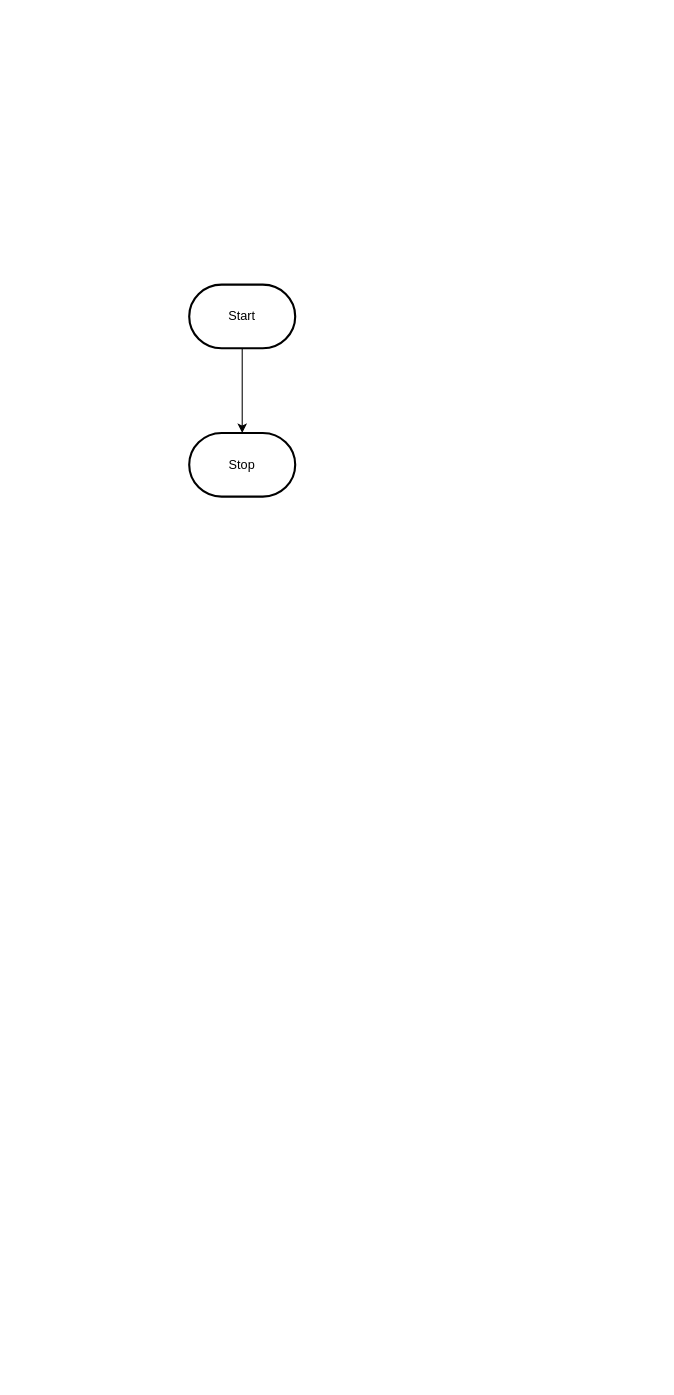
This is design/flowchart.drawio from MTHS-ICD2O-1-2024/ICD2O-Assignment-04-Domenic-dangelo, a draw.io file, before an edit. Source tidied: cells renumbered, new cells numbered last; positions are measured from the earlier drawing's top-left corner, leaving out a move shared by most shapes. Both pictures are drawn from the tidied source at 106%, with x=0, y=0 at pixel (189, 284).
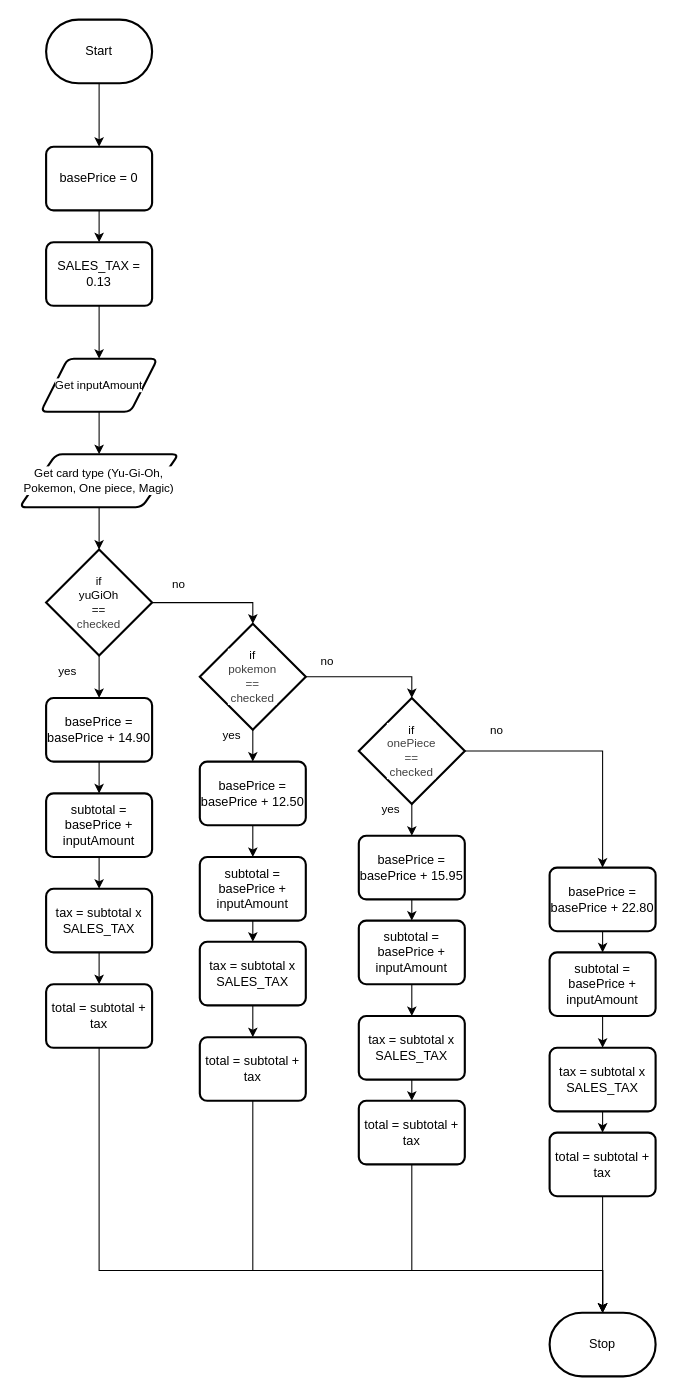
After the change.

Commit message (it also covers changes not shown here):
storyboard and flowchart

Diff of the diagram source:
```diff
@@
-    <mxCell id="2" style="edgeStyle=orthogonalEdgeStyle;html=1;rounded=0;" parent="1" edge="1" source="3" target="4">
-      <mxGeometry relative="1" as="geometry" />
-    </mxCell>
+    <mxCell id="5" style="edgeStyle=orthogonalEdgeStyle;html=1;exitX=0.5;exitY=1;exitDx=0;exitDy=0;exitPerimeter=0;entryX=0.5;entryY=0;entryDx=0;entryDy=0;rounded=0;curved=0;" parent="1" edge="1" source="3" target="2">
+      <mxGeometry relative="1" as="geometry" />
+    </mxCell>
     <mxCell id="3" value="Start" style="strokeWidth=2;html=1;shape=mxgraph.flowchart.terminator;whiteSpace=wrap;" parent="1" vertex="1">
-      <mxGeometry width="100" height="60" as="geometry" />
+      <mxGeometry x="-135" y="-250" width="100" height="60" as="geometry" />
     </mxCell>
     <mxCell id="4" value="Stop" style="strokeWidth=2;html=1;shape=mxgraph.flowchart.terminator;whiteSpace=wrap;" parent="1" vertex="1">
-      <mxGeometry y="140" width="100" height="60" as="geometry" />
+      <mxGeometry x="340" y="970" width="100" height="60" as="geometry" />
     </mxCell>
+    <mxCell id="6" style="edgeStyle=orthogonalEdgeStyle;shape=connector;curved=0;rounded=0;html=1;exitX=0.5;exitY=1;exitDx=0;exitDy=0;entryX=0.5;entryY=0;entryDx=0;entryDy=0;strokeColor=default;align=center;verticalAlign=middle;fontFamily=Helvetica;fontSize=11;fontColor=default;labelBackgroundColor=default;endArrow=classic;" parent="1" edge="1" source="2" target="18">
+      <mxGeometry relative="1" as="geometry" />
+    </mxCell>
+    <mxCell id="2" value="basePrice = 0" style="rounded=1;whiteSpace=wrap;html=1;absoluteArcSize=1;arcSize=14;strokeWidth=2;" parent="1" vertex="1">
+      <mxGeometry x="-135" y="-130" width="100" height="60" as="geometry" />
+    </mxCell>
+    <mxCell id="7" value="Get card type (Yu-Gi-Oh, Pokemon, One piece, Magic)" style="shape=parallelogram;html=1;strokeWidth=2;perimeter=parallelogramPerimeter;whiteSpace=wrap;rounded=1;arcSize=12;size=0.23;fontFamily=Helvetica;fontSize=11;fontColor=default;labelBackgroundColor=default;" parent="1" vertex="1">
+      <mxGeometry x="-160" y="160" width="150" height="50" as="geometry" />
+    </mxCell>
+    <mxCell id="8" style="edgeStyle=orthogonalEdgeStyle;shape=connector;curved=0;rounded=0;html=1;exitX=0.5;exitY=1;exitDx=0;exitDy=0;exitPerimeter=0;entryX=0.5;entryY=0;entryDx=0;entryDy=0;strokeColor=default;align=center;verticalAlign=middle;fontFamily=Helvetica;fontSize=11;fontColor=default;labelBackgroundColor=default;endArrow=classic;" parent="1" edge="1" source="9" target="26">
+      <mxGeometry relative="1" as="geometry" />
+    </mxCell>
+    <mxCell id="9" value="if&lt;div&gt;&lt;span style=&quot;background-color: light-dark(#ffffff, var(--ge-dark-color, #121212));&quot;&gt;yuGiOh&lt;/span&gt;&lt;/div&gt;&lt;div&gt;&lt;span style=&quot;background-color: light-dark(#ffffff, var(--ge-dark-color, #121212));&quot;&gt;==&lt;/span&gt;&lt;/div&gt;&lt;div&gt;&lt;span style=&quot;color: rgb(63, 63, 63); background-color: light-dark(#ffffff, var(--ge-dark-color, #121212));&quot;&gt;checked&lt;/span&gt;&lt;/div&gt;" style="strokeWidth=2;html=1;shape=mxgraph.flowchart.decision;whiteSpace=wrap;fontFamily=Helvetica;fontSize=11;fontColor=default;labelBackgroundColor=default;" parent="1" vertex="1">
+      <mxGeometry x="-135" y="250" width="100" height="100" as="geometry" />
+    </mxCell>
+    <mxCell id="10" style="edgeStyle=orthogonalEdgeStyle;shape=connector;curved=0;rounded=0;html=1;exitX=0.5;exitY=1;exitDx=0;exitDy=0;entryX=0.5;entryY=0;entryDx=0;entryDy=0;entryPerimeter=0;strokeColor=default;align=center;verticalAlign=middle;fontFamily=Helvetica;fontSize=11;fontColor=default;labelBackgroundColor=default;endArrow=classic;" parent="1" edge="1" source="7" target="9">
+      <mxGeometry relative="1" as="geometry" />
+    </mxCell>
+    <mxCell id="11" value="&lt;span style=&quot;color: rgb(0, 0, 0);&quot;&gt;if&lt;/span&gt;&lt;div style=&quot;color: rgb(63, 63, 63); scrollbar-color: rgb(226, 226, 226) rgb(251, 251, 251);&quot;&gt;&lt;span style=&quot;background-color: light-dark(#ffffff, var(--ge-dark-color, #121212));&quot;&gt;onePiece&lt;/span&gt;&lt;/div&gt;&lt;div style=&quot;color: rgb(63, 63, 63); scrollbar-color: rgb(226, 226, 226) rgb(251, 251, 251);&quot;&gt;&lt;span style=&quot;background-color: light-dark(#ffffff, var(--ge-dark-color, #121212));&quot;&gt;==&lt;/span&gt;&lt;/div&gt;&lt;div style=&quot;color: rgb(63, 63, 63); scrollbar-color: rgb(226, 226, 226) rgb(251, 251, 251);&quot;&gt;&lt;span style=&quot;scrollbar-color: rgb(226, 226, 226) rgb(251, 251, 251); color: rgb(63, 63, 63);&quot;&gt;checked&lt;/span&gt;&lt;/div&gt;" style="strokeWidth=2;html=1;shape=mxgraph.flowchart.decision;whiteSpace=wrap;fontFamily=Helvetica;fontSize=11;fontColor=default;labelBackgroundColor=default;" parent="1" vertex="1">
+      <mxGeometry x="160" y="390" width="100" height="100" as="geometry" />
+    </mxCell>
+    <mxCell id="12" value="&lt;span style=&quot;color: rgb(0, 0, 0);&quot;&gt;if&lt;/span&gt;&lt;div style=&quot;color: rgb(63, 63, 63); scrollbar-color: rgb(226, 226, 226) rgb(251, 251, 251);&quot;&gt;&lt;span style=&quot;background-color: light-dark(#ffffff, var(--ge-dark-color, #121212));&quot;&gt;pokemon&lt;/span&gt;&lt;/div&gt;&lt;div style=&quot;color: rgb(63, 63, 63); scrollbar-color: rgb(226, 226, 226) rgb(251, 251, 251);&quot;&gt;&lt;span style=&quot;background-color: light-dark(#ffffff, var(--ge-dark-color, #121212));&quot;&gt;==&lt;/span&gt;&lt;/div&gt;&lt;div style=&quot;color: rgb(63, 63, 63); scrollbar-color: rgb(226, 226, 226) rgb(251, 251, 251);&quot;&gt;&lt;span style=&quot;scrollbar-color: rgb(226, 226, 226) rgb(251, 251, 251); color: rgb(63, 63, 63);&quot;&gt;checked&lt;/span&gt;&lt;/div&gt;" style="strokeWidth=2;html=1;shape=mxgraph.flowchart.decision;whiteSpace=wrap;fontFamily=Helvetica;fontSize=11;fontColor=default;labelBackgroundColor=default;" parent="1" vertex="1">
+      <mxGeometry x="10" y="320" width="100" height="100" as="geometry" />
+    </mxCell>
+    <mxCell id="13" style="edgeStyle=orthogonalEdgeStyle;shape=connector;curved=0;rounded=0;html=1;exitX=1;exitY=0.5;exitDx=0;exitDy=0;exitPerimeter=0;entryX=0.5;entryY=0;entryDx=0;entryDy=0;entryPerimeter=0;strokeColor=default;align=center;verticalAlign=middle;fontFamily=Helvetica;fontSize=11;fontColor=default;labelBackgroundColor=default;endArrow=classic;" parent="1" edge="1" source="9" target="12">
+      <mxGeometry relative="1" as="geometry" />
+    </mxCell>
+    <mxCell id="14" style="edgeStyle=orthogonalEdgeStyle;shape=connector;curved=0;rounded=0;html=1;exitX=1;exitY=0.5;exitDx=0;exitDy=0;exitPerimeter=0;entryX=0.5;entryY=0;entryDx=0;entryDy=0;entryPerimeter=0;strokeColor=default;align=center;verticalAlign=middle;fontFamily=Helvetica;fontSize=11;fontColor=default;labelBackgroundColor=default;endArrow=classic;" parent="1" edge="1" source="12" target="11">
+      <mxGeometry relative="1" as="geometry" />
+    </mxCell>
+    <mxCell id="15" style="edgeStyle=orthogonalEdgeStyle;shape=connector;curved=0;rounded=0;html=1;exitX=0.5;exitY=1;exitDx=0;exitDy=0;entryX=0.5;entryY=0;entryDx=0;entryDy=0;strokeColor=default;align=center;verticalAlign=middle;fontFamily=Helvetica;fontSize=11;fontColor=default;labelBackgroundColor=default;endArrow=classic;" parent="1" edge="1" source="16" target="7">
+      <mxGeometry relative="1" as="geometry" />
+    </mxCell>
+    <mxCell id="16" value="Get inputAmount" style="shape=parallelogram;html=1;strokeWidth=2;perimeter=parallelogramPerimeter;whiteSpace=wrap;rounded=1;arcSize=12;size=0.23;fontFamily=Helvetica;fontSize=11;fontColor=default;labelBackgroundColor=default;" parent="1" vertex="1">
+      <mxGeometry x="-140" y="70" width="110" height="50" as="geometry" />
+    </mxCell>
+    <mxCell id="17" style="edgeStyle=orthogonalEdgeStyle;shape=connector;curved=0;rounded=0;html=1;exitX=0.5;exitY=1;exitDx=0;exitDy=0;entryX=0.5;entryY=0;entryDx=0;entryDy=0;strokeColor=default;align=center;verticalAlign=middle;fontFamily=Helvetica;fontSize=11;fontColor=default;labelBackgroundColor=default;endArrow=classic;" parent="1" edge="1" source="18" target="16">
+      <mxGeometry relative="1" as="geometry" />
+    </mxCell>
+    <mxCell id="18" value="SALES_TAX = 0.13" style="rounded=1;whiteSpace=wrap;html=1;absoluteArcSize=1;arcSize=14;strokeWidth=2;" parent="1" vertex="1">
+      <mxGeometry x="-135" y="-40" width="100" height="60" as="geometry" />
+    </mxCell>
+    <mxCell id="19" value="no" style="text;html=1;align=center;verticalAlign=middle;strokeColor=none;fillColor=none;fontFamily=Helvetica;fontSize=11;fontColor=default;labelBackgroundColor=default;" parent="1" vertex="1">
+      <mxGeometry x="-30" y="268" width="40" height="30" as="geometry" />
+    </mxCell>
+    <mxCell id="20" value="no" style="text;html=1;align=center;verticalAlign=middle;strokeColor=none;fillColor=none;fontFamily=Helvetica;fontSize=11;fontColor=default;labelBackgroundColor=default;" parent="1" vertex="1">
+      <mxGeometry x="110" y="340" width="40" height="30" as="geometry" />
+    </mxCell>
+    <mxCell id="21" value="no" style="text;html=1;align=center;verticalAlign=middle;strokeColor=none;fillColor=none;fontFamily=Helvetica;fontSize=11;fontColor=default;labelBackgroundColor=default;" parent="1" vertex="1">
+      <mxGeometry x="270" y="405" width="40" height="30" as="geometry" />
+    </mxCell>
+    <mxCell id="22" value="yes" style="text;html=1;align=center;verticalAlign=middle;strokeColor=none;fillColor=none;fontFamily=Helvetica;fontSize=11;fontColor=default;labelBackgroundColor=default;" parent="1" vertex="1">
+      <mxGeometry x="-135" y="350" width="40" height="30" as="geometry" />
+    </mxCell>
+    <mxCell id="23" style="edgeStyle=orthogonalEdgeStyle;shape=connector;curved=0;rounded=0;html=1;exitX=0.5;exitY=1;exitDx=0;exitDy=0;entryX=0.5;entryY=0;entryDx=0;entryDy=0;strokeColor=default;align=center;verticalAlign=middle;fontFamily=Helvetica;fontSize=11;fontColor=default;labelBackgroundColor=default;endArrow=classic;" parent="1" edge="1" source="24" target="28">
+      <mxGeometry relative="1" as="geometry" />
+    </mxCell>
+    <mxCell id="24" value="subtotal = basePrice + inputAmount" style="rounded=1;whiteSpace=wrap;html=1;absoluteArcSize=1;arcSize=14;strokeWidth=2;" parent="1" vertex="1">
+      <mxGeometry x="-135" y="480" width="100" height="60" as="geometry" />
+    </mxCell>
+    <mxCell id="25" style="edgeStyle=orthogonalEdgeStyle;shape=connector;curved=0;rounded=0;html=1;exitX=0.5;exitY=1;exitDx=0;exitDy=0;entryX=0.5;entryY=0;entryDx=0;entryDy=0;strokeColor=default;align=center;verticalAlign=middle;fontFamily=Helvetica;fontSize=11;fontColor=default;labelBackgroundColor=default;endArrow=classic;" parent="1" edge="1" source="26" target="24">
+      <mxGeometry relative="1" as="geometry" />
+    </mxCell>
+    <mxCell id="26" value="basePrice = basePrice +&amp;nbsp;14.90" style="rounded=1;whiteSpace=wrap;html=1;absoluteArcSize=1;arcSize=14;strokeWidth=2;" parent="1" vertex="1">
+      <mxGeometry x="-135" y="390" width="100" height="60" as="geometry" />
+    </mxCell>
+    <mxCell id="27" style="edgeStyle=orthogonalEdgeStyle;shape=connector;curved=0;rounded=0;html=1;exitX=0.5;exitY=1;exitDx=0;exitDy=0;entryX=0.5;entryY=0;entryDx=0;entryDy=0;strokeColor=default;align=center;verticalAlign=middle;fontFamily=Helvetica;fontSize=11;fontColor=default;labelBackgroundColor=default;endArrow=classic;" parent="1" edge="1" source="28" target="30">
+      <mxGeometry relative="1" as="geometry" />
+    </mxCell>
+    <mxCell id="28" value="tax = subtotal x SALES_TAX" style="rounded=1;whiteSpace=wrap;html=1;absoluteArcSize=1;arcSize=14;strokeWidth=2;" parent="1" vertex="1">
+      <mxGeometry x="-135" y="570" width="100" height="60" as="geometry" />
+    </mxCell>
+    <mxCell id="29" style="edgeStyle=orthogonalEdgeStyle;shape=connector;curved=0;rounded=0;html=1;exitX=0.5;exitY=1;exitDx=0;exitDy=0;strokeColor=default;align=center;verticalAlign=middle;fontFamily=Helvetica;fontSize=11;fontColor=default;labelBackgroundColor=default;endArrow=classic;" parent="1" edge="1" source="30" target="4">
+      <mxGeometry relative="1" as="geometry">
+        <Array as="points">
+          <mxPoint x="-85" y="930" />
+          <mxPoint x="390" y="930" />
+        </Array>
+      </mxGeometry>
+    </mxCell>
+    <mxCell id="30" value="total = subtotal + tax" style="rounded=1;whiteSpace=wrap;html=1;absoluteArcSize=1;arcSize=14;strokeWidth=2;" parent="1" vertex="1">
+      <mxGeometry x="-135" y="660" width="100" height="60" as="geometry" />
+    </mxCell>
+    <mxCell id="31" style="edgeStyle=orthogonalEdgeStyle;shape=connector;curved=0;rounded=0;html=1;exitX=0.5;exitY=1;exitDx=0;exitDy=0;exitPerimeter=0;entryX=0.5;entryY=0;entryDx=0;entryDy=0;strokeColor=default;align=center;verticalAlign=middle;fontFamily=Helvetica;fontSize=11;fontColor=default;labelBackgroundColor=default;endArrow=classic;" parent="1" edge="1" source="12" target="36">
+      <mxGeometry relative="1" as="geometry" />
+    </mxCell>
+    <mxCell id="32" value="yes" style="text;html=1;align=center;verticalAlign=middle;strokeColor=none;fillColor=none;fontFamily=Helvetica;fontSize=11;fontColor=default;labelBackgroundColor=default;" parent="1" vertex="1">
+      <mxGeometry x="20" y="410" width="40" height="30" as="geometry" />
+    </mxCell>
+    <mxCell id="33" style="edgeStyle=orthogonalEdgeStyle;shape=connector;curved=0;rounded=0;html=1;exitX=0.5;exitY=1;exitDx=0;exitDy=0;entryX=0.5;entryY=0;entryDx=0;entryDy=0;strokeColor=default;align=center;verticalAlign=middle;fontFamily=Helvetica;fontSize=11;fontColor=default;labelBackgroundColor=default;endArrow=classic;" parent="1" edge="1" source="34" target="38">
+      <mxGeometry relative="1" as="geometry" />
+    </mxCell>
+    <mxCell id="34" value="subtotal = basePrice + inputAmount" style="rounded=1;whiteSpace=wrap;html=1;absoluteArcSize=1;arcSize=14;strokeWidth=2;" parent="1" vertex="1">
+      <mxGeometry x="10" y="540" width="100" height="60" as="geometry" />
+    </mxCell>
+    <mxCell id="35" style="edgeStyle=orthogonalEdgeStyle;shape=connector;curved=0;rounded=0;html=1;exitX=0.5;exitY=1;exitDx=0;exitDy=0;entryX=0.5;entryY=0;entryDx=0;entryDy=0;strokeColor=default;align=center;verticalAlign=middle;fontFamily=Helvetica;fontSize=11;fontColor=default;labelBackgroundColor=default;endArrow=classic;" parent="1" edge="1" source="36" target="34">
+      <mxGeometry relative="1" as="geometry" />
+    </mxCell>
+    <mxCell id="36" value="basePrice = basePrice +&amp;nbsp;12.50" style="rounded=1;whiteSpace=wrap;html=1;absoluteArcSize=1;arcSize=14;strokeWidth=2;" parent="1" vertex="1">
+      <mxGeometry x="10" y="450" width="100" height="60" as="geometry" />
+    </mxCell>
+    <mxCell id="37" style="edgeStyle=orthogonalEdgeStyle;shape=connector;curved=0;rounded=0;html=1;exitX=0.5;exitY=1;exitDx=0;exitDy=0;entryX=0.5;entryY=0;entryDx=0;entryDy=0;strokeColor=default;align=center;verticalAlign=middle;fontFamily=Helvetica;fontSize=11;fontColor=default;labelBackgroundColor=default;endArrow=classic;" parent="1" edge="1" source="38" target="39">
+      <mxGeometry relative="1" as="geometry" />
+    </mxCell>
+    <mxCell id="38" value="tax = subtotal x SALES_TAX" style="rounded=1;whiteSpace=wrap;html=1;absoluteArcSize=1;arcSize=14;strokeWidth=2;" parent="1" vertex="1">
+      <mxGeometry x="10" y="620" width="100" height="60" as="geometry" />
+    </mxCell>
+    <mxCell id="39" value="total = subtotal + tax" style="rounded=1;whiteSpace=wrap;html=1;absoluteArcSize=1;arcSize=14;strokeWidth=2;" parent="1" vertex="1">
+      <mxGeometry x="10" y="710" width="100" height="60" as="geometry" />
+    </mxCell>
+    <mxCell id="40" style="edgeStyle=orthogonalEdgeStyle;shape=connector;curved=0;rounded=0;html=1;exitX=0.5;exitY=1;exitDx=0;exitDy=0;exitPerimeter=0;entryX=0.5;entryY=0;entryDx=0;entryDy=0;strokeColor=default;align=center;verticalAlign=middle;fontFamily=Helvetica;fontSize=11;fontColor=default;labelBackgroundColor=default;endArrow=classic;" parent="1" edge="1" source="11" target="45">
+      <mxGeometry relative="1" as="geometry" />
+    </mxCell>
+    <mxCell id="41" value="yes" style="text;html=1;align=center;verticalAlign=middle;strokeColor=none;fillColor=none;fontFamily=Helvetica;fontSize=11;fontColor=default;labelBackgroundColor=default;" parent="1" vertex="1">
+      <mxGeometry x="170" y="480" width="40" height="30" as="geometry" />
+    </mxCell>
+    <mxCell id="42" style="edgeStyle=orthogonalEdgeStyle;shape=connector;curved=0;rounded=0;html=1;exitX=0.5;exitY=1;exitDx=0;exitDy=0;entryX=0.5;entryY=0;entryDx=0;entryDy=0;strokeColor=default;align=center;verticalAlign=middle;fontFamily=Helvetica;fontSize=11;fontColor=default;labelBackgroundColor=default;endArrow=classic;" parent="1" edge="1" source="43" target="47">
+      <mxGeometry relative="1" as="geometry" />
+    </mxCell>
+    <mxCell id="43" value="subtotal = basePrice + inputAmount" style="rounded=1;whiteSpace=wrap;html=1;absoluteArcSize=1;arcSize=14;strokeWidth=2;" parent="1" vertex="1">
+      <mxGeometry x="160" y="600" width="100" height="60" as="geometry" />
+    </mxCell>
+    <mxCell id="44" style="edgeStyle=orthogonalEdgeStyle;shape=connector;curved=0;rounded=0;html=1;exitX=0.5;exitY=1;exitDx=0;exitDy=0;entryX=0.5;entryY=0;entryDx=0;entryDy=0;strokeColor=default;align=center;verticalAlign=middle;fontFamily=Helvetica;fontSize=11;fontColor=default;labelBackgroundColor=default;endArrow=classic;" parent="1" edge="1" source="45" target="43">
+      <mxGeometry relative="1" as="geometry" />
+    </mxCell>
+    <mxCell id="45" value="basePrice = basePrice +&amp;nbsp;15.95" style="rounded=1;whiteSpace=wrap;html=1;absoluteArcSize=1;arcSize=14;strokeWidth=2;" parent="1" vertex="1">
+      <mxGeometry x="160" y="520" width="100" height="60" as="geometry" />
+    </mxCell>
+    <mxCell id="46" style="edgeStyle=orthogonalEdgeStyle;shape=connector;curved=0;rounded=0;html=1;exitX=0.5;exitY=1;exitDx=0;exitDy=0;entryX=0.5;entryY=0;entryDx=0;entryDy=0;strokeColor=default;align=center;verticalAlign=middle;fontFamily=Helvetica;fontSize=11;fontColor=default;labelBackgroundColor=default;endArrow=classic;" parent="1" edge="1" source="47" target="48">
+      <mxGeometry relative="1" as="geometry" />
+    </mxCell>
+    <mxCell id="47" value="tax = subtotal x SALES_TAX" style="rounded=1;whiteSpace=wrap;html=1;absoluteArcSize=1;arcSize=14;strokeWidth=2;" parent="1" vertex="1">
+      <mxGeometry x="160" y="690" width="100" height="60" as="geometry" />
+    </mxCell>
+    <mxCell id="48" value="total = subtotal + tax" style="rounded=1;whiteSpace=wrap;html=1;absoluteArcSize=1;arcSize=14;strokeWidth=2;" parent="1" vertex="1">
+      <mxGeometry x="160" y="770" width="100" height="60" as="geometry" />
+    </mxCell>
+    <mxCell id="49" style="edgeStyle=orthogonalEdgeStyle;shape=connector;curved=0;rounded=0;html=1;entryX=0.5;entryY=0;entryDx=0;entryDy=0;strokeColor=default;align=center;verticalAlign=middle;fontFamily=Helvetica;fontSize=11;fontColor=default;labelBackgroundColor=default;endArrow=classic;exitX=1;exitY=0.5;exitDx=0;exitDy=0;exitPerimeter=0;" parent="1" edge="1" source="11" target="53">
+      <mxGeometry relative="1" as="geometry" />
+    </mxCell>
+    <mxCell id="50" style="edgeStyle=orthogonalEdgeStyle;shape=connector;curved=0;rounded=0;html=1;exitX=0.5;exitY=1;exitDx=0;exitDy=0;entryX=0.5;entryY=0;entryDx=0;entryDy=0;strokeColor=default;align=center;verticalAlign=middle;fontFamily=Helvetica;fontSize=11;fontColor=default;labelBackgroundColor=default;endArrow=classic;" parent="1" edge="1" source="51" target="55">
+      <mxGeometry relative="1" as="geometry" />
+    </mxCell>
+    <mxCell id="51" value="subtotal = basePrice + inputAmount" style="rounded=1;whiteSpace=wrap;html=1;absoluteArcSize=1;arcSize=14;strokeWidth=2;" parent="1" vertex="1">
+      <mxGeometry x="340" y="630" width="100" height="60" as="geometry" />
+    </mxCell>
+    <mxCell id="52" style="edgeStyle=orthogonalEdgeStyle;shape=connector;curved=0;rounded=0;html=1;exitX=0.5;exitY=1;exitDx=0;exitDy=0;entryX=0.5;entryY=0;entryDx=0;entryDy=0;strokeColor=default;align=center;verticalAlign=middle;fontFamily=Helvetica;fontSize=11;fontColor=default;labelBackgroundColor=default;endArrow=classic;" parent="1" edge="1" source="53" target="51">
+      <mxGeometry relative="1" as="geometry" />
+    </mxCell>
+    <mxCell id="53" value="basePrice = basePrice +&amp;nbsp;22.80" style="rounded=1;whiteSpace=wrap;html=1;absoluteArcSize=1;arcSize=14;strokeWidth=2;" parent="1" vertex="1">
+      <mxGeometry x="340" y="550" width="100" height="60" as="geometry" />
+    </mxCell>
+    <mxCell id="54" style="edgeStyle=orthogonalEdgeStyle;shape=connector;curved=0;rounded=0;html=1;exitX=0.5;exitY=1;exitDx=0;exitDy=0;entryX=0.5;entryY=0;entryDx=0;entryDy=0;strokeColor=default;align=center;verticalAlign=middle;fontFamily=Helvetica;fontSize=11;fontColor=default;labelBackgroundColor=default;endArrow=classic;" parent="1" edge="1" source="55" target="56">
+      <mxGeometry relative="1" as="geometry" />
+    </mxCell>
+    <mxCell id="55" value="tax = subtotal x SALES_TAX" style="rounded=1;whiteSpace=wrap;html=1;absoluteArcSize=1;arcSize=14;strokeWidth=2;" parent="1" vertex="1">
+      <mxGeometry x="340" y="720" width="100" height="60" as="geometry" />
+    </mxCell>
+    <mxCell id="56" value="total = subtotal + tax" style="rounded=1;whiteSpace=wrap;html=1;absoluteArcSize=1;arcSize=14;strokeWidth=2;" parent="1" vertex="1">
+      <mxGeometry x="340" y="800" width="100" height="60" as="geometry" />
+    </mxCell>
+    <mxCell id="57" style="edgeStyle=orthogonalEdgeStyle;shape=connector;curved=0;rounded=0;html=1;exitX=0.5;exitY=1;exitDx=0;exitDy=0;entryX=0.5;entryY=0;entryDx=0;entryDy=0;entryPerimeter=0;strokeColor=default;align=center;verticalAlign=middle;fontFamily=Helvetica;fontSize=11;fontColor=default;labelBackgroundColor=default;endArrow=classic;" parent="1" edge="1" source="39" target="4">
+      <mxGeometry relative="1" as="geometry">
+        <Array as="points">
+          <mxPoint x="60" y="930" />
+          <mxPoint x="390" y="930" />
+        </Array>
+      </mxGeometry>
+    </mxCell>
+    <mxCell id="58" style="edgeStyle=orthogonalEdgeStyle;shape=connector;curved=0;rounded=0;html=1;exitX=0.5;exitY=1;exitDx=0;exitDy=0;entryX=0.5;entryY=0;entryDx=0;entryDy=0;entryPerimeter=0;strokeColor=default;align=center;verticalAlign=middle;fontFamily=Helvetica;fontSize=11;fontColor=default;labelBackgroundColor=default;endArrow=classic;" parent="1" edge="1" source="48" target="4">
+      <mxGeometry relative="1" as="geometry">
+        <Array as="points">
+          <mxPoint x="210" y="930" />
+          <mxPoint x="390" y="930" />
+        </Array>
+      </mxGeometry>
+    </mxCell>
+    <mxCell id="59" style="edgeStyle=orthogonalEdgeStyle;shape=connector;curved=0;rounded=0;html=1;exitX=0.5;exitY=1;exitDx=0;exitDy=0;entryX=0.5;entryY=0;entryDx=0;entryDy=0;entryPerimeter=0;strokeColor=default;align=center;verticalAlign=middle;fontFamily=Helvetica;fontSize=11;fontColor=default;labelBackgroundColor=default;endArrow=classic;" parent="1" edge="1" source="56" target="4">
+      <mxGeometry relative="1" as="geometry" />
+    </mxCell>
```
